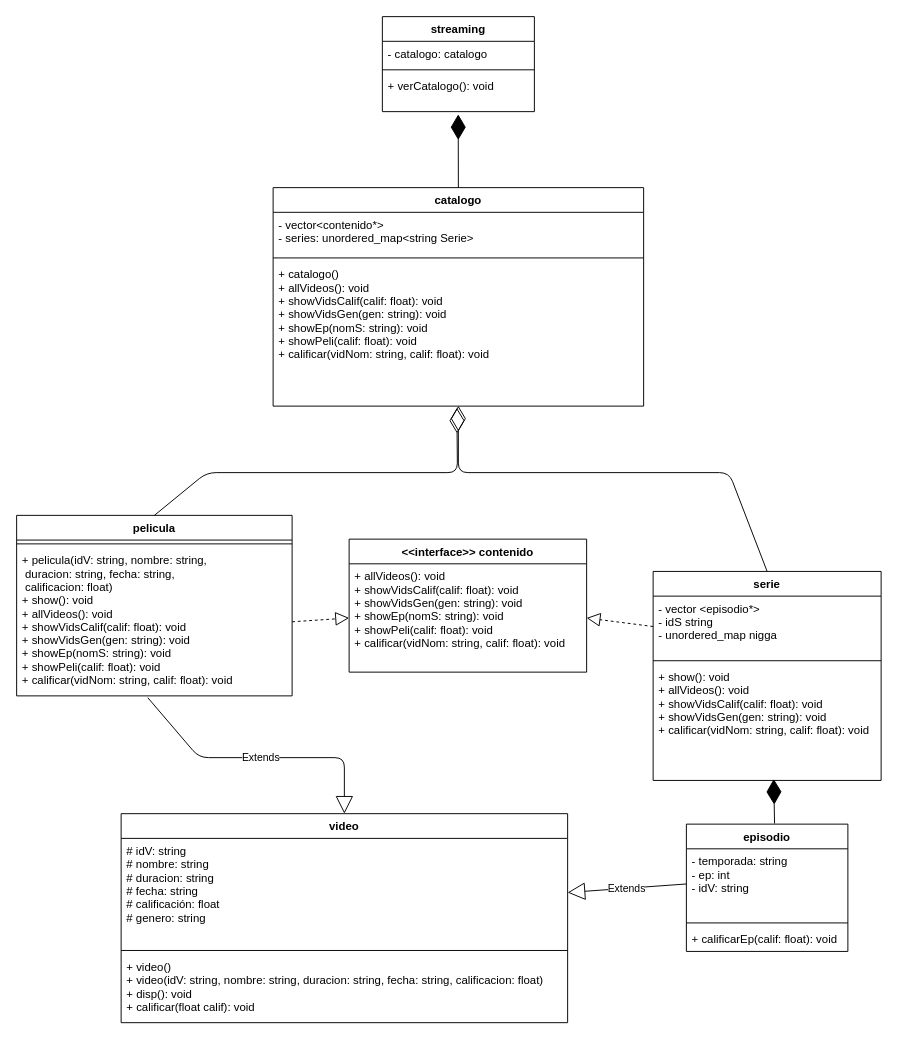
This is streaming 2.drawio from A01750658/proyecto_cpp, a draw.io file, before an edit. Source tidied: cells renumbered, new cells numbered last; positions are measured from the earlier drawing's top-left corner, leaving out a move shared by most shapes. Both pictures are drawn from the tidied source at 95%, with x=0, y=0 at pixel (16, 16).
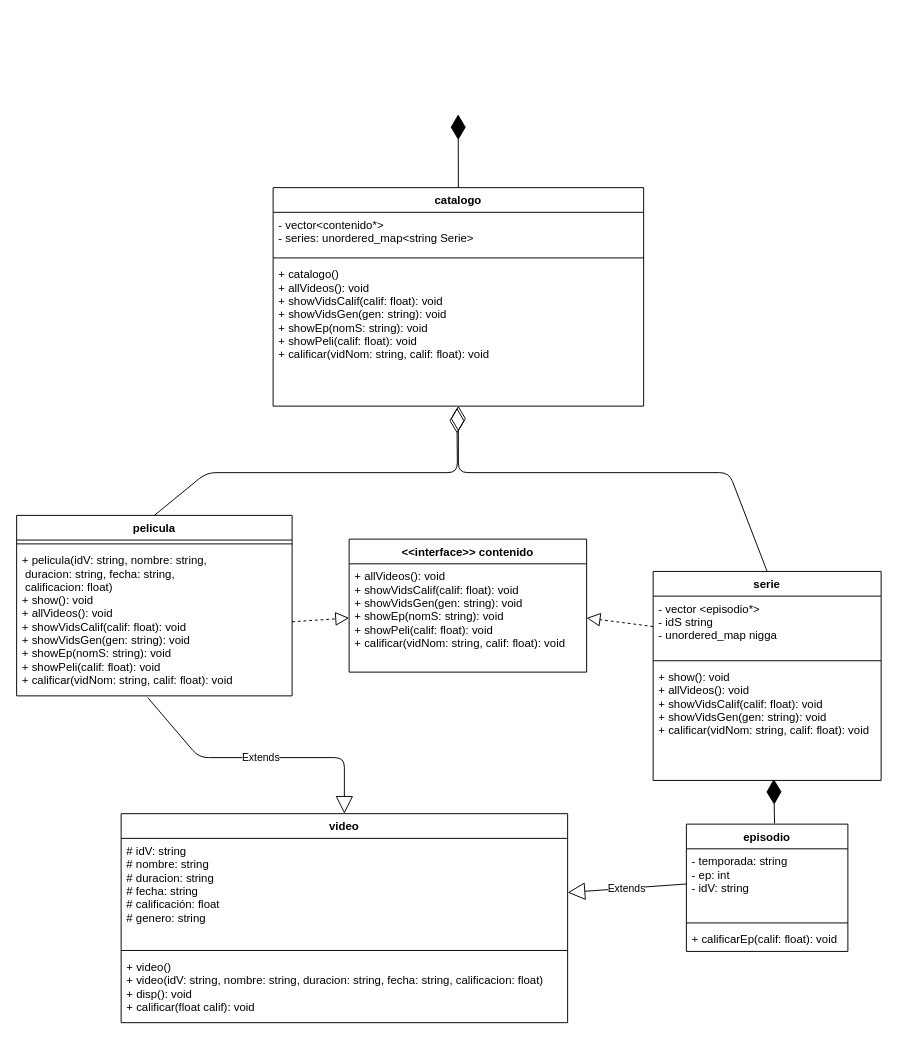
The same page after the edit.

The change refers to these unchanged cells:
```xml
<mxCell id="3" value="catalogo" style="swimlane;fontStyle=1;align=center;verticalAlign=top;horizontal=1;startSize=26;" parent="1" vertex="1">
  <mxGeometry x="270" y="180" width="390" height="230" as="geometry" />
</mxCell>
```

Change to the diagram source:
```diff
@@
-    <mxCell id="9" style="endArrow=diamondThin;endFill=1;endSize=24;html=1;entryX=0.499;entryY=1.072;entryDx=0;entryDy=0;entryPerimeter=0;exitX=0.5;exitY=0;exitDx=0;exitDy=0;" parent="1" edge="1" source="3" target="13">
-      <mxGeometry relative="1" as="geometry" />
+    <mxCell id="9" style="endArrow=diamondThin;endFill=1;endSize=24;html=1;entryX=0.499;entryY=1.072;entryDx=0;entryDy=0;entryPerimeter=0;exitX=0.5;exitY=0;exitDx=0;exitDy=0;" parent="1" edge="1" source="3">
+      <mxGeometry relative="1" as="geometry">
+        <mxPoint x="464.8" y="102.9" as="targetPoint" />
+      </mxGeometry>
     </mxCell>
-    <mxCell id="10" value="streaming" style="swimlane;fontStyle=1;align=center;verticalAlign=top;horizontal=1;startSize=26;" parent="1" vertex="1">
-      <mxGeometry x="385" width="160" height="100" as="geometry" />
-    </mxCell>
-    <mxCell id="11" value="- catalogo: catalogo" style="text;strokeColor=none;fillColor=none;align=left;verticalAlign=top;spacingLeft=4;spacingRight=4;overflow=hidden;" parent="10" vertex="1">
-      <mxGeometry y="26" width="160" height="26" as="geometry" />
-    </mxCell>
-    <mxCell id="12" style="line;strokeWidth=1;fillColor=none;align=left;verticalAlign=middle;spacingTop=-1;spacingLeft=3;spacingRight=3;labelPosition=right;strokeColor=inherit;" parent="10" vertex="1">
-      <mxGeometry y="52" width="160" height="8" as="geometry" />
-    </mxCell>
-    <mxCell id="13" value="+ verCatalogo(): void" style="text;strokeColor=none;fillColor=none;align=left;verticalAlign=top;spacingLeft=4;spacingRight=4;overflow=hidden;points=[[0,0.5],[1,0.5]];portConstraint=eastwest;" parent="10" vertex="1">
-      <mxGeometry y="60" width="160" height="40" as="geometry" />
-    </mxCell>
```
